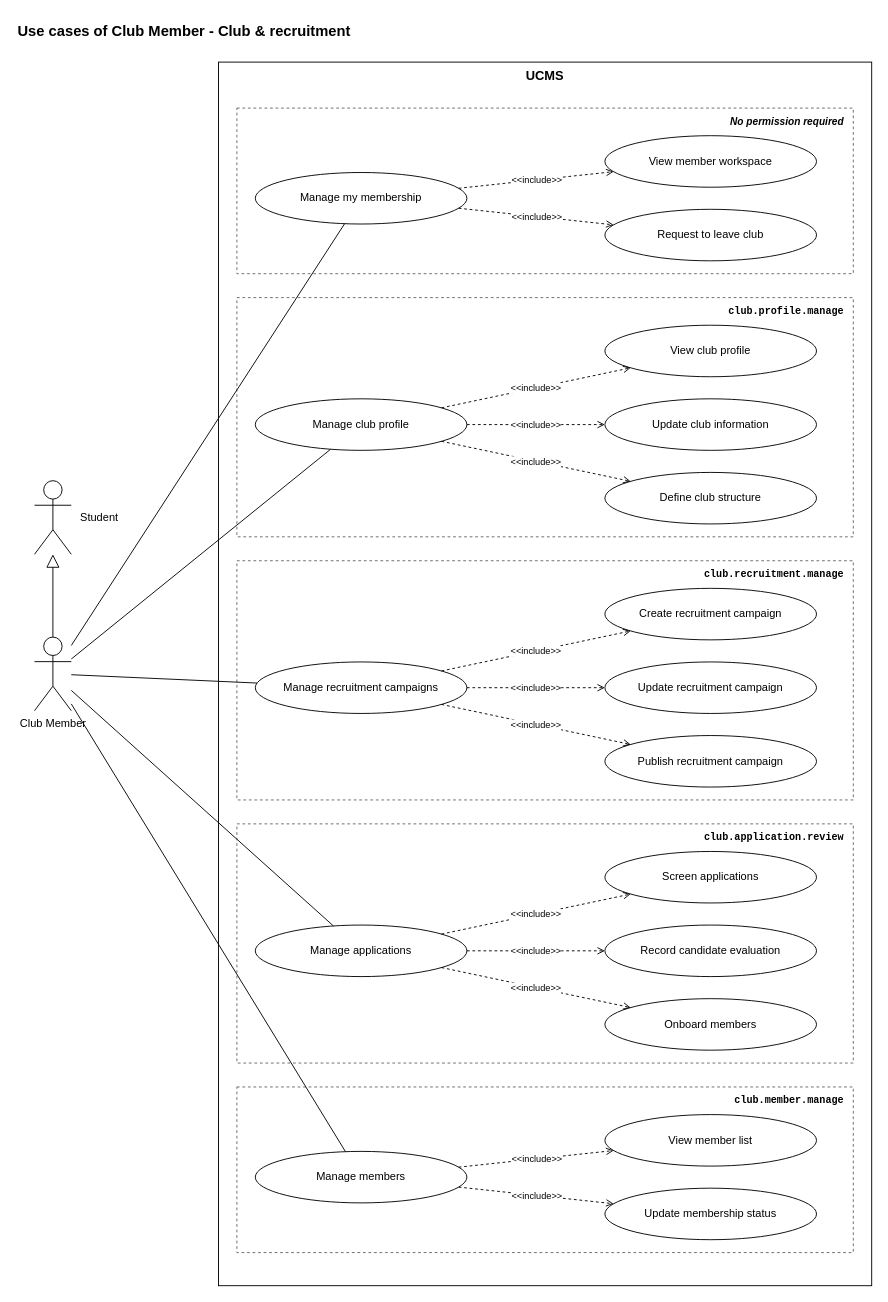
Above: page "Club Leader - Club & recruitment" (6 of 10) of docs/03-diagrams/UCMS_UseCase_ByActor.drawio in nvdekay/ClubManagementSystem (draw.io), before the change. Source tidied: cells renumbered, new cells numbered last; positions are measured from the earlier drawing's top-left corner, leaving out a move shared by most shapes. Both pictures are drawn from the tidied source at 92%, with x=0, y=0 at pixel (16, 16).
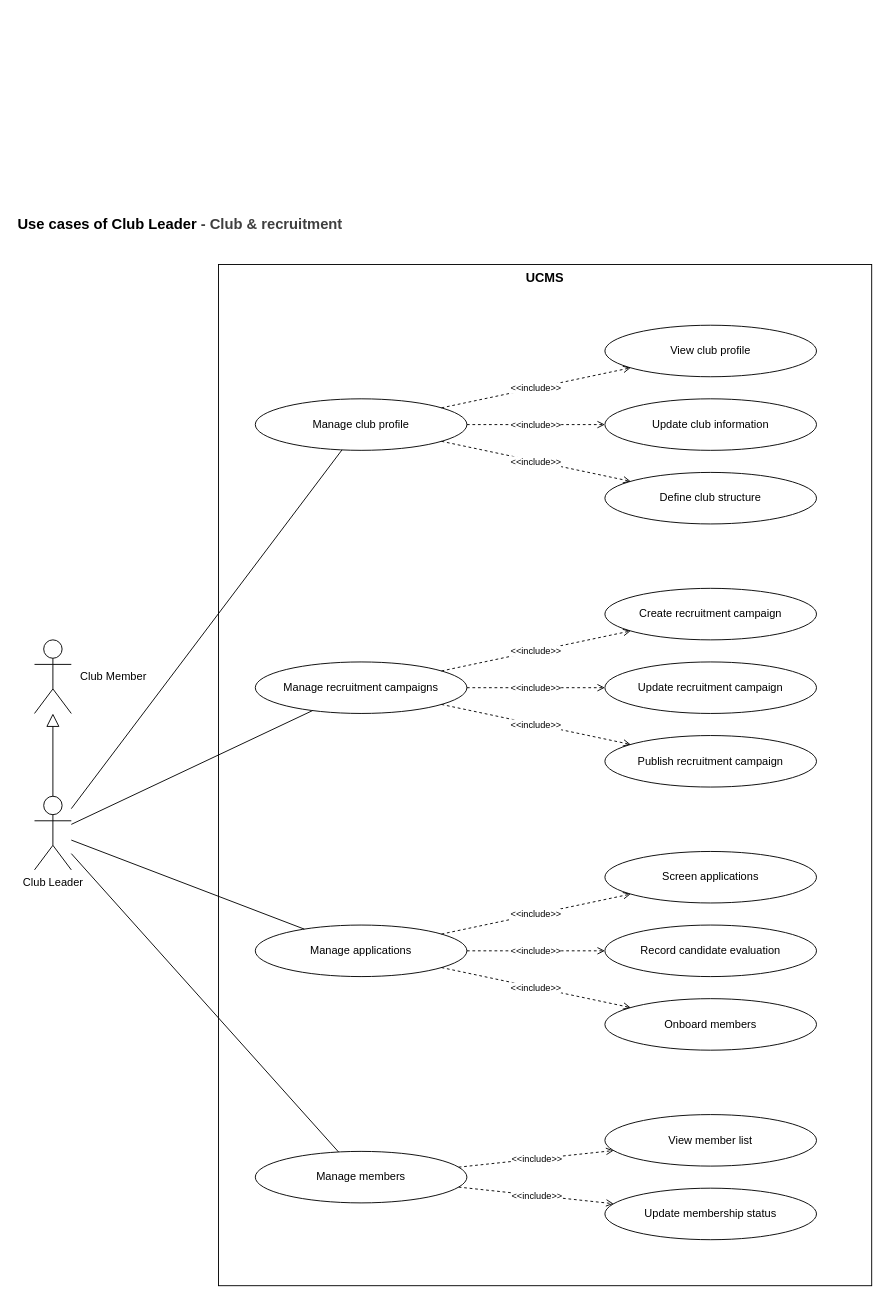
Above is the later version.

Change to the diagram source:
```diff
@@
-    <mxCell id="2" value="Use cases of Club Member - Club &amp; recruitment" style="text;html=1;fontStyle=1;fontSize=16;align=left;" parent="1" vertex="1">
-      <mxGeometry width="900" height="30" as="geometry" />
+    <mxCell id="2" value="Use cases of Club Leader&amp;nbsp;&lt;span style=&quot;color: rgb(63, 63, 63); background-color: transparent;&quot;&gt;- Club &amp;amp; recruitment&lt;/span&gt;" style="text;html=1;fontStyle=1;fontSize=16;align=left;" parent="1" vertex="1">
+      <mxGeometry y="210" width="900" height="30" as="geometry" />
     </mxCell>
     <mxCell id="3" value="UCMS" style="rounded=0;whiteSpace=wrap;html=1;fillColor=none;strokeColor=#000000;verticalAlign=top;fontStyle=1;fontSize=14;" parent="1" vertex="1">
-      <mxGeometry x="220" y="50" width="710" height="1330" as="geometry" />
+      <mxGeometry x="220" y="270" width="710" height="1110" as="geometry" />
     </mxCell>
-    <mxCell id="4" value="Club Member" style="shape=umlActor;verticalLabelPosition=bottom;verticalAlign=top;html=1;outlineConnect=0;fillColor=#ffffff;strokeColor=#000000;" parent="1" vertex="1">
-      <mxGeometry x="20" y="675" width="40" height="80" as="geometry" />
+    <mxCell id="4" value="Club Leader" style="shape=umlActor;verticalLabelPosition=bottom;verticalAlign=top;html=1;outlineConnect=0;fillColor=#ffffff;strokeColor=#000000;" parent="1" vertex="1">
+      <mxGeometry x="20" y="848" width="40" height="80" as="geometry" />
     </mxCell>
-    <mxCell id="5" value="Student" style="shape=umlActor;verticalLabelPosition=middle;verticalAlign=middle;labelPosition=right;align=left;spacingLeft=8;html=1;outlineConnect=0;fillColor=#ffffff;strokeColor=#000000;fontSize=12;" parent="1" vertex="1">
-      <mxGeometry x="20" y="505" width="40" height="80" as="geometry" />
+    <mxCell id="5" value="Club Member" style="shape=umlActor;verticalLabelPosition=middle;verticalAlign=middle;labelPosition=right;align=left;spacingLeft=8;html=1;outlineConnect=0;fillColor=#ffffff;strokeColor=#000000;fontSize=12;" parent="1" vertex="1">
+      <mxGeometry x="20" y="678" width="40" height="80" as="geometry" />
     </mxCell>
@@
-    <mxCell id="7" value="No permission required" style="rounded=0;whiteSpace=wrap;html=1;fillColor=none;strokeColor=#666666;dashed=1;verticalAlign=top;align=right;spacingRight=8;spacingTop=2;fontSize=11;fontStyle=3;" parent="1" vertex="1">
-      <mxGeometry x="240" y="100" width="670" height="180" as="geometry" />
-    </mxCell>
-    <mxCell id="8" value="club.profile.manage" style="rounded=0;whiteSpace=wrap;html=1;fillColor=none;strokeColor=#666666;dashed=1;verticalAlign=top;align=right;spacingRight=8;spacingTop=2;fontSize=11;fontFamily=Courier New;fontStyle=1;" parent="1" vertex="1">
-      <mxGeometry x="240" y="306" width="670" height="260" as="geometry" />
-    </mxCell>
-    <mxCell id="9" value="club.recruitment.manage" style="rounded=0;whiteSpace=wrap;html=1;fillColor=none;strokeColor=#666666;dashed=1;verticalAlign=top;align=right;spacingRight=8;spacingTop=2;fontSize=11;fontFamily=Courier New;fontStyle=1;" parent="1" vertex="1">
-      <mxGeometry x="240" y="592" width="670" height="260" as="geometry" />
-    </mxCell>
-    <mxCell id="10" value="club.application.review" style="rounded=0;whiteSpace=wrap;html=1;fillColor=none;strokeColor=#666666;dashed=1;verticalAlign=top;align=right;spacingRight=8;spacingTop=2;fontSize=11;fontFamily=Courier New;fontStyle=1;" parent="1" vertex="1">
-      <mxGeometry x="240" y="878" width="670" height="260" as="geometry" />
-    </mxCell>
-    <mxCell id="11" value="club.member.manage" style="rounded=0;whiteSpace=wrap;html=1;fillColor=none;strokeColor=#666666;dashed=1;verticalAlign=top;align=right;spacingRight=8;spacingTop=2;fontSize=11;fontFamily=Courier New;fontStyle=1;" parent="1" vertex="1">
-      <mxGeometry x="240" y="1164" width="670" height="180" as="geometry" />
-    </mxCell>
-    <mxCell id="12" value="Manage my membership" style="ellipse;whiteSpace=wrap;html=1;fillColor=#ffffff;strokeColor=#000000;fontSize=12;" parent="1" vertex="1">
-      <mxGeometry x="260" y="170" width="230" height="56" as="geometry" />
-    </mxCell>
-    <mxCell id="13" style="endArrow=none;html=1;strokeColor=#000000;" parent="1" edge="1" source="4" target="12">
-      <mxGeometry relative="1" as="geometry" />
-    </mxCell>
-    <mxCell id="14" value="View member workspace" style="ellipse;whiteSpace=wrap;html=1;fillColor=#ffffff;strokeColor=#000000;fontSize=12;" parent="1" vertex="1">
-      <mxGeometry x="640" y="130" width="230" height="56" as="geometry" />
-    </mxCell>
-    <mxCell id="15" value="&amp;lt;&amp;lt;include&amp;gt;&amp;gt;" style="endArrow=open;dashed=1;html=1;strokeColor=#000000;fontSize=10;labelBackgroundColor=#ffffff;" parent="1" edge="1" source="12" target="14">
-      <mxGeometry relative="1" as="geometry" />
-    </mxCell>
-    <mxCell id="16" value="Request to leave club" style="ellipse;whiteSpace=wrap;html=1;fillColor=#ffffff;strokeColor=#000000;fontSize=12;" parent="1" vertex="1">
-      <mxGeometry x="640" y="210" width="230" height="56" as="geometry" />
-    </mxCell>
-    <mxCell id="17" value="&amp;lt;&amp;lt;include&amp;gt;&amp;gt;" style="endArrow=open;dashed=1;html=1;strokeColor=#000000;fontSize=10;labelBackgroundColor=#ffffff;" parent="1" edge="1" source="12" target="16">
-      <mxGeometry relative="1" as="geometry" />
-    </mxCell>
```
